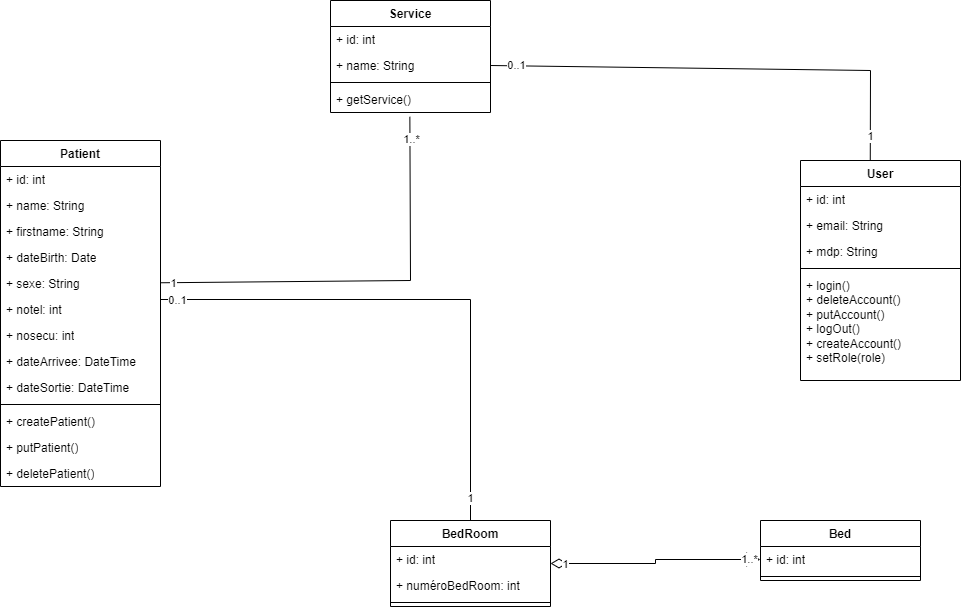
florianpoteau/CDA-Hopital-Back keeps this draw.io diagram as UML/UML-Diagramme de classe.drawio.png. Above is the earlier version. Source tidied: cells renumbered, new cells last; positions are measured from the earlier drawing's top-left corner, leaving out a move shared by most shapes.
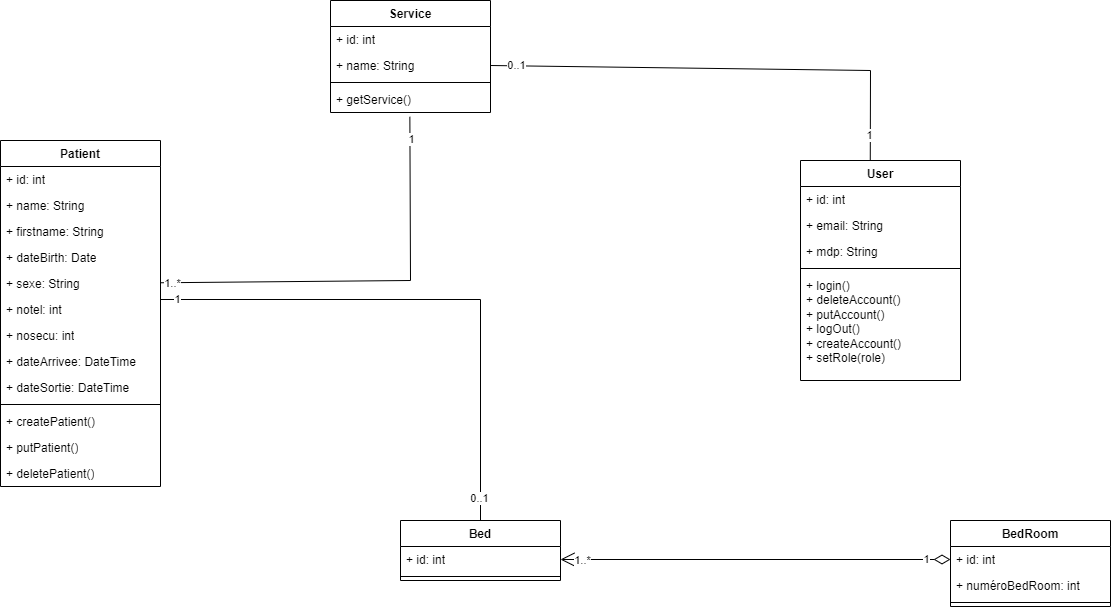
After the change.

Commit message:
docs(UML MERISE) changement sur le mcd, mld, mpd et diagramme de classe

Change to the diagram source:
```diff
@@ -3,7 +3,7 @@
     <mxCell id="0" />
     <mxCell id="1" parent="0" />
     <mxCell id="2" value="Bed" style="swimlane;fontStyle=1;align=center;verticalAlign=top;horizontal=1;startSize=26;whiteSpace=wrap;html=1;" parent="1" vertex="1">
-      <mxGeometry x="760" y="520" width="160" height="60" as="geometry" />
+      <mxGeometry x="400" y="520" width="160" height="60" as="geometry" />
     </mxCell>
     <mxCell id="3" value="+ id: int" style="text;strokeColor=none;fillColor=none;align=left;verticalAlign=top;spacingLeft=4;spacingRight=4;overflow=hidden;points=[[0,0.5],[1,0.5]];portConstraint=eastwest;whiteSpace=wrap;html=1;" parent="2" vertex="1">
       <mxGeometry y="26" width="160" height="26" as="geometry" />
@@ -12,7 +12,7 @@
       <mxGeometry y="52" width="160" height="8" as="geometry" />
     </mxCell>
     <mxCell id="5" value="BedRoom" style="swimlane;fontStyle=1;align=center;verticalAlign=top;horizontal=1;startSize=26;whiteSpace=wrap;html=1;" parent="1" vertex="1">
-      <mxGeometry x="390" y="520" width="160" height="86" as="geometry" />
+      <mxGeometry x="950" y="520" width="160" height="86" as="geometry" />
     </mxCell>
     <mxCell id="6" value="+ id: int" style="text;strokeColor=none;fillColor=none;align=left;verticalAlign=top;spacingLeft=4;spacingRight=4;overflow=hidden;points=[[0,0.5],[1,0.5]];portConstraint=eastwest;whiteSpace=wrap;html=1;" parent="5" vertex="1">
       <mxGeometry y="26" width="160" height="26" as="geometry" />
@@ -47,27 +47,27 @@
         </Array>
       </mxGeometry>
     </mxCell>
-    <mxCell id="13" value="1..*" style="edgeLabel;html=1;align=center;verticalAlign=middle;" parent="12" vertex="1">
+    <mxCell id="13" value="1" style="edgeLabel;html=1;align=center;verticalAlign=middle;" parent="12" vertex="1">
       <mxGeometry x="0.89" y="-1" relative="1" as="geometry" />
     </mxCell>
-    <mxCell id="14" value="1" style="edgeLabel;html=1;align=center;verticalAlign=middle;" parent="12" vertex="1">
+    <mxCell id="14" value="1..*" style="edgeLabel;html=1;align=center;verticalAlign=middle;" parent="12" vertex="1">
       <mxGeometry x="-0.94" relative="1" as="geometry" />
     </mxCell>
-    <mxCell id="15" style="endArrow=none;html=1;rounded=0;entryX=0.5;entryY=0;entryDx=0;entryDy=0;" parent="1" edge="1" target="5">
+    <mxCell id="15" style="endArrow=none;html=1;rounded=0;entryX=0.5;entryY=0;entryDx=0;entryDy=0;" parent="1" edge="1" target="2">
       <mxGeometry relative="1" as="geometry">
         <mxPoint x="160" y="299" as="sourcePoint" />
         <Array as="points">
-          <mxPoint x="470" y="299" />
+          <mxPoint x="480" y="299" />
         </Array>
       </mxGeometry>
     </mxCell>
-    <mxCell id="16" value="0..1" style="edgeLabel;html=1;align=center;verticalAlign=middle;" parent="15" vertex="1">
+    <mxCell id="16" value="1" style="edgeLabel;html=1;align=center;verticalAlign=middle;" parent="15" vertex="1">
       <mxGeometry x="-0.94" relative="1" as="geometry" />
     </mxCell>
-    <mxCell id="17" value="1" style="edgeLabel;html=1;align=center;verticalAlign=middle;" parent="15" vertex="1">
+    <mxCell id="17" value="0..1" style="edgeLabel;html=1;align=center;verticalAlign=middle;" parent="15" vertex="1">
       <mxGeometry x="0.92" y="-1" relative="1" as="geometry" />
     </mxCell>
-    <mxCell id="18" style="endArrow=open;html=1;endSize=12;startArrow=diamondThin;startSize=14;startFill=0;edgeStyle=orthogonalEdgeStyle;align=left;verticalAlign=bottom;rounded=0;exitX=1;exitY=0.5;exitDx=0;exitDy=0;entryX=0;entryY=0.5;entryDx=0;entryDy=0;" parent="1" edge="1" source="5" target="3">
+    <mxCell id="18" style="endArrow=open;html=1;endSize=12;startArrow=diamondThin;startSize=14;startFill=0;edgeStyle=orthogonalEdgeStyle;align=left;verticalAlign=bottom;rounded=0;exitX=0;exitY=0.5;exitDx=0;exitDy=0;entryX=1;entryY=0.5;entryDx=0;entryDy=0;" parent="1" edge="1" source="6" target="3">
       <mxGeometry x="-1" y="3" relative="1" as="geometry" />
     </mxCell>
     <mxCell id="19" value="1" style="edgeLabel;html=1;align=center;verticalAlign=middle;" parent="18" vertex="1">
```
